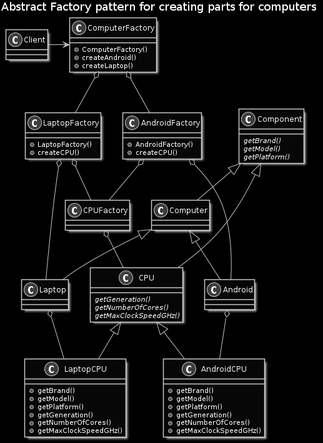
Before: DesignPatterns/AbstractFactory/ComputerAbstractFactory.png, a diagram exported from PlantUML (FriskySaga/InterviewingPractice).
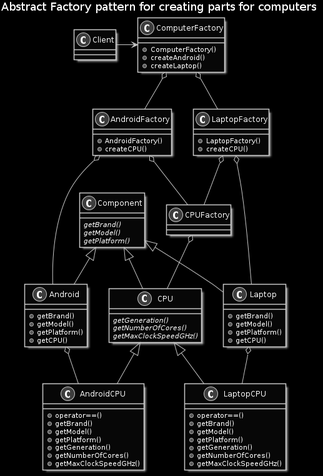
After the commit.

Commit message:
Regenerate class diagram

Diff of the diagram source:
```diff
@@ -18,12 +18,12 @@
   + createLaptop()
 }
 
-class Computer
-{
-}
-
 class Android
 {
+  + getBrand()
+  + getModel()
+  + getPlatform()
+  + getCPU()
 }
 
 class AndroidFactory
@@ -34,6 +34,10 @@
 
 class Laptop
 {
+  + getBrand()
+  + getModel()
+  + getPlatform()
+  + getCPU()
 }
 
 class LaptopFactory
@@ -51,6 +55,7 @@
 
 class AndroidCPU
 {
+  + operator==()
   + getBrand()
   + getModel()
   + getPlatform()
@@ -61,6 +66,7 @@
 
 class LaptopCPU
 {
+  + operator==()
   + getBrand()
   + getModel()
   + getPlatform()
@@ -77,11 +83,9 @@
 ComputerFactory o-- AndroidFactory
 ComputerFactory o-- LaptopFactory
 
-Component <|-- Computer
+Component <|-- Android
+Component <|-- Laptop
 Component <|-- CPU
-
-Computer <|-- Android
-Computer <|-- Laptop
 
 AndroidFactory o-- Android
 Android o-- AndroidCPU
```
